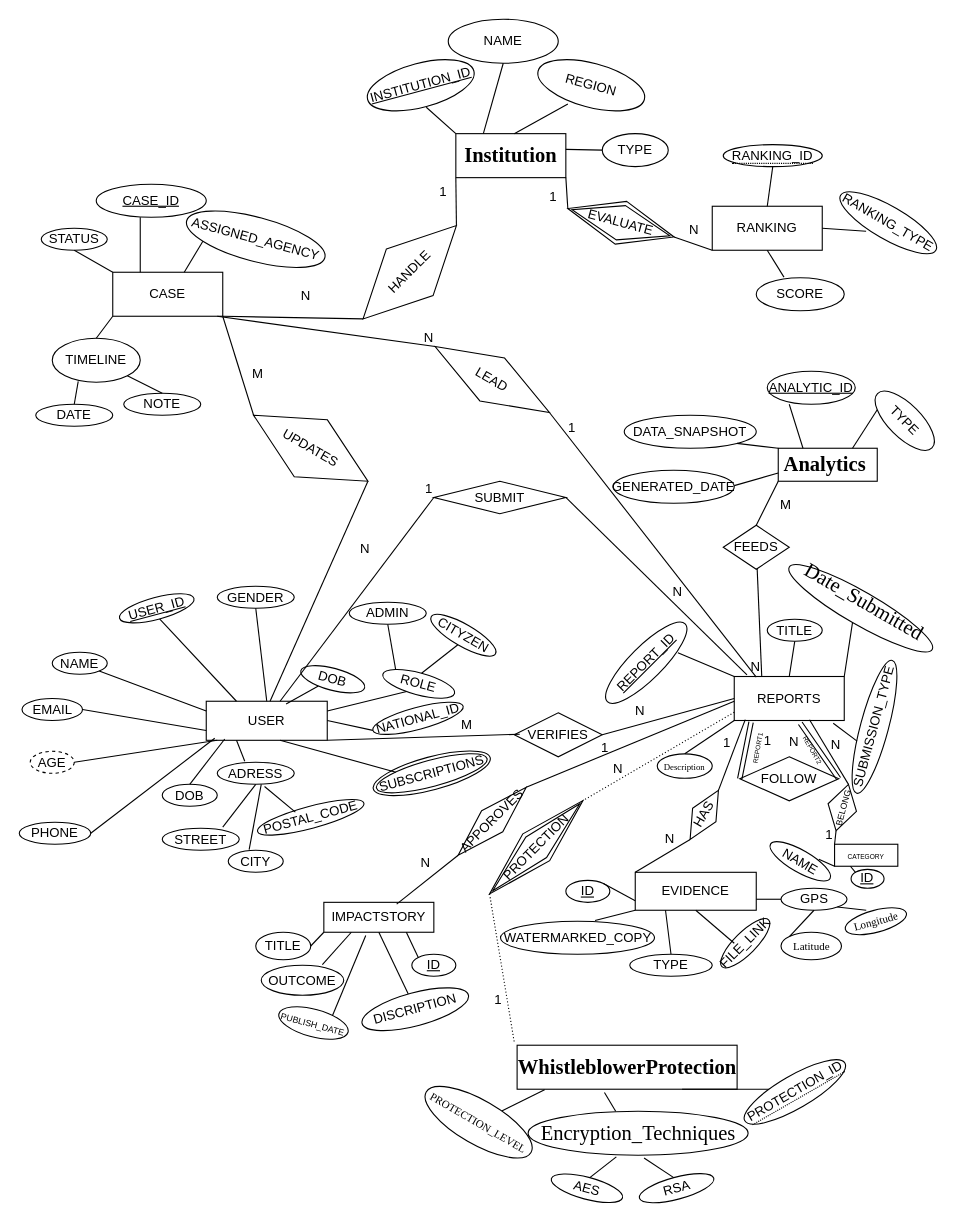
Above: ER Diagram.drawio in IrfathAraSarika/Truth-Uncovered-cse370_project- (draw.io), before the change. Source tidied: cells renumbered, new cells numbered last; positions are measured from the earlier drawing's top-left corner, leaving out a move shared by most shapes. Both pictures are drawn from the tidied source at 110%, with x=0, y=0 at pixel (19, 19).
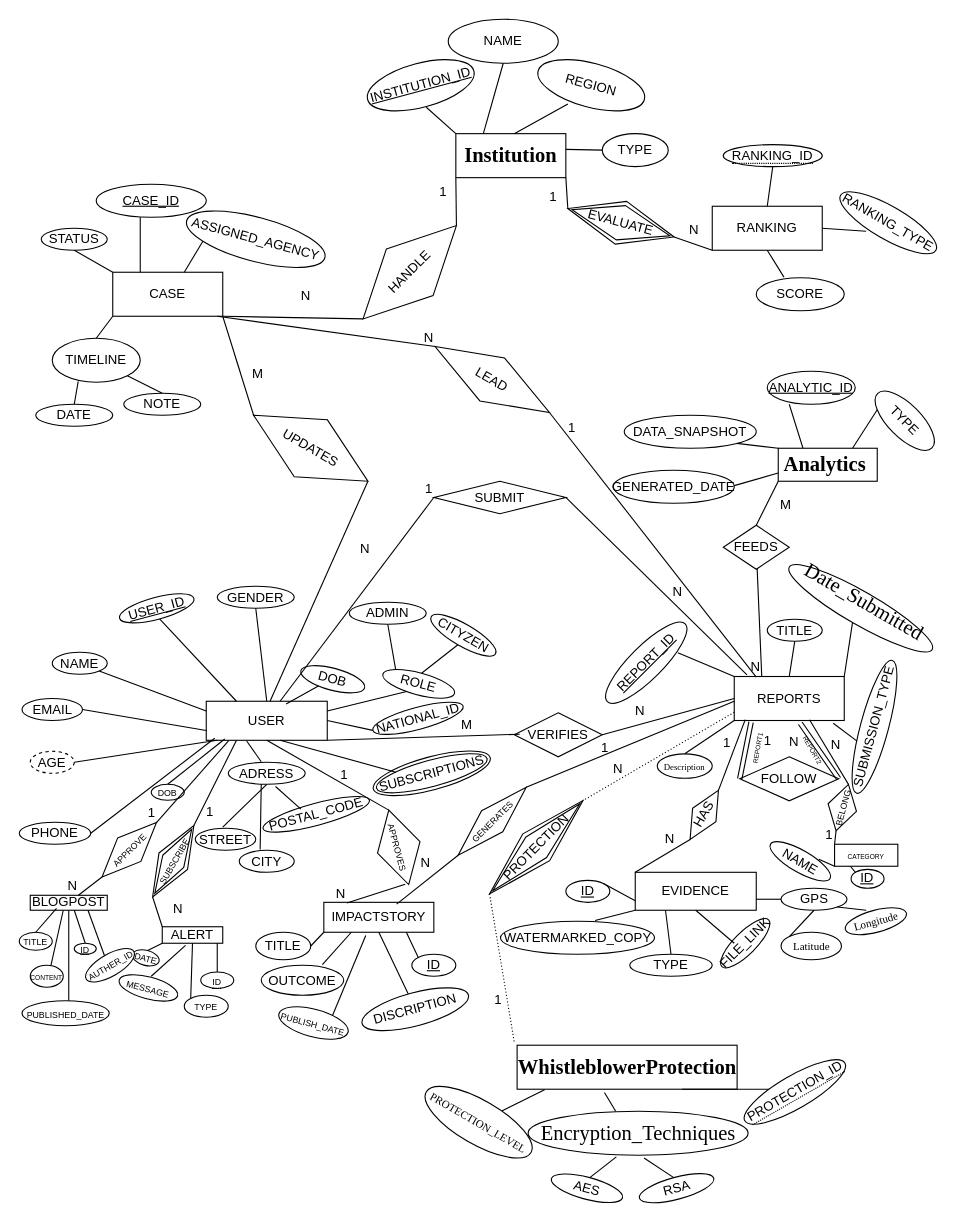
The same page after the edit.

Unchanged cells that the change refers to:
```xml
<mxCell id="8" value="USER" style="whiteSpace=wrap;html=1;align=center;" parent="1" vertex="1">
  <mxGeometry x="170" y="620" width="110" height="35.5" as="geometry" />
</mxCell>
<mxCell id="163" value="IMPACTSTORY" style="whiteSpace=wrap;html=1;align=center;" parent="1" vertex="1">
  <mxGeometry x="276.9" y="802.8" width="100" height="27.2" as="geometry" />
</mxCell>
```

Change to the diagram source:
```diff
@@
-    <mxCell id="14" value="DOB" style="ellipse;whiteSpace=wrap;html=1;align=center;" parent="1" vertex="1">
-      <mxGeometry x="130" y="695.5" width="50" height="20" as="geometry" />
+    <mxCell id="14" value="&lt;font style=&quot;font-size: 8px;&quot;&gt;DOB&lt;/font&gt;" style="ellipse;whiteSpace=wrap;html=1;align=center;" parent="1" vertex="1">
+      <mxGeometry x="120" y="695.5" width="30" height="14.5" as="geometry" />
     </mxCell>
@@
     <mxCell id="19" value="ADRESS" style="ellipse;whiteSpace=wrap;html=1;align=center;" parent="1" vertex="1">
-      <mxGeometry x="180" y="675.5" width="70" height="20" as="geometry" />
+      <mxGeometry x="190" y="675.5" width="70" height="20" as="geometry" />
     </mxCell>
-    <mxCell id="20" style="endArrow=none;html=1;rounded=0;entryX=0.25;entryY=1;entryDx=0;entryDy=0;" parent="1" edge="1" target="8">
+    <mxCell id="20" style="endArrow=none;html=1;rounded=0;entryX=0.334;entryY=1.017;entryDx=0;entryDy=0;entryPerimeter=0;" parent="1" edge="1" target="8">
       <mxGeometry relative="1" as="geometry">
-        <mxPoint x="205" y="674.5" as="sourcePoint" />
+        <mxPoint x="220" y="675" as="sourcePoint" />
       </mxGeometry>
     </mxCell>
@@
     <mxCell id="23" value="CITY" style="ellipse;whiteSpace=wrap;html=1;align=center;" parent="1" vertex="1">
-      <mxGeometry x="190" y="755.5" width="50" height="20" as="geometry" />
+      <mxGeometry x="200" y="755.5" width="50" height="20" as="geometry" />
     </mxCell>
     <mxCell id="24" value="STREET" style="ellipse;whiteSpace=wrap;html=1;align=center;" parent="1" vertex="1">
-      <mxGeometry x="130" y="735.5" width="70" height="20" as="geometry" />
+      <mxGeometry x="160" y="735.5" width="55" height="20" as="geometry" />
     </mxCell>
     <mxCell id="25" value="POSTAL_CODE" style="ellipse;whiteSpace=wrap;html=1;align=center;rotation=-15;" parent="1" vertex="1">
-      <mxGeometry x="215" y="715.5" width="100" height="20" as="geometry" />
+      <mxGeometry x="220" y="712.8" width="100" height="20" as="geometry" />
     </mxCell>
@@
-    <mxCell id="186" value="APPOROVES" style="shape=rhombus;perimeter=rhombusPerimeter;whiteSpace=wrap;html=1;align=center;rotation=-45;" parent="1" vertex="1">
+    <mxCell id="186" value="&lt;font style=&quot;font-size: 8px;&quot;&gt;GENERATES&lt;/font&gt;" style="shape=rhombus;perimeter=rhombusPerimeter;whiteSpace=wrap;html=1;align=center;rotation=-45;" parent="1" vertex="1">
       <mxGeometry x="386.2" y="715.5" width="87.5" height="27.2" as="geometry" />
     </mxCell>
@@
+    <mxCell id="191" value="ALERT" style="whiteSpace=wrap;html=1;align=center;" parent="1" vertex="1">
+      <mxGeometry x="130" y="825" width="55" height="15" as="geometry" />
+    </mxCell>
+    <mxCell id="192" value="&lt;font style=&quot;font-size: 8px;&quot;&gt;APPROVES&lt;/font&gt;" style="shape=rhombus;perimeter=rhombusPerimeter;whiteSpace=wrap;html=1;align=center;rotation=75;" parent="1" vertex="1">
+      <mxGeometry x="310" y="732.8" width="70" height="40" as="geometry" />
+    </mxCell>
+    <mxCell id="193" style="endArrow=none;html=1;rounded=0;entryX=0.209;entryY=0.022;entryDx=0;entryDy=0;entryPerimeter=0;exitX=0.986;exitY=0.576;exitDx=0;exitDy=0;exitPerimeter=0;" parent="1" edge="1" source="192" target="163">
+      <mxGeometry relative="1" as="geometry" />
+    </mxCell>
+    <mxCell id="194" value="N" style="html=1;whiteSpace=wrap;align=right;verticalAlign=bottom;" parent="193" vertex="1">
+      <mxGeometry x="1" relative="1" as="geometry" />
+    </mxCell>
+    <mxCell id="195" style="endArrow=none;html=1;rounded=0;exitX=0;exitY=0.5;exitDx=0;exitDy=0;entryX=0.5;entryY=1;entryDx=0;entryDy=0;" parent="1" edge="1" source="192" target="8">
+      <mxGeometry relative="1" as="geometry" />
+    </mxCell>
+    <mxCell id="196" value="1" style="html=1;whiteSpace=wrap;align=right;verticalAlign=bottom;" parent="195" vertex="1">
+      <mxGeometry x="1" relative="1" as="geometry">
+        <mxPoint x="75" y="40" as="offset" />
+      </mxGeometry>
+    </mxCell>
+    <mxCell id="197" value="&lt;span style=&quot;font-size: 8px;&quot;&gt;DATE&lt;/span&gt;" style="ellipse;whiteSpace=wrap;html=1;align=center;rotation=15;" parent="1" vertex="1">
+      <mxGeometry x="102.5" y="846.4" width="25" height="13.7" as="geometry" />
+    </mxCell>
+    <mxCell id="198" value="&lt;font style=&quot;font-size: 8px;&quot;&gt;MESSAGE&lt;/font&gt;" style="ellipse;whiteSpace=wrap;html=1;align=center;rotation=15;" parent="1" vertex="1">
+      <mxGeometry x="89.9" y="870.6" width="55" height="20" as="geometry" />
+    </mxCell>
+    <mxCell id="199" value="&lt;font style=&quot;font-size: 8px;&quot;&gt;TYPE&lt;/font&gt;" style="ellipse;whiteSpace=wrap;html=1;align=center;" parent="1" vertex="1">
+      <mxGeometry x="150" y="887.3" width="40" height="20" as="geometry" />
+    </mxCell>
+    <mxCell id="200" value="&lt;span style=&quot;border-bottom: 1px dotted&quot;&gt;&lt;font style=&quot;font-size: 8px;&quot;&gt;ID&lt;/font&gt;&lt;/span&gt;" style="ellipse;whiteSpace=wrap;html=1;align=center;" parent="1" vertex="1">
+      <mxGeometry x="165" y="866.1" width="30" height="15" as="geometry" />
+    </mxCell>
+    <mxCell id="201" style="endArrow=none;html=1;rounded=0;entryX=0.385;entryY=1.123;entryDx=0;entryDy=0;entryPerimeter=0;" parent="1" edge="1" target="191">
+      <mxGeometry relative="1" as="geometry">
+        <mxPoint x="120" y="870" as="sourcePoint" />
+      </mxGeometry>
+    </mxCell>
+    <mxCell id="202" style="endArrow=none;html=1;rounded=0;exitX=0.5;exitY=0;exitDx=0;exitDy=0;entryX=0;entryY=1;entryDx=0;entryDy=0;" parent="1" edge="1" source="197" target="191">
+      <mxGeometry relative="1" as="geometry" />
+    </mxCell>
+    <mxCell id="203" style="endArrow=none;html=1;rounded=0;entryX=0.909;entryY=1;entryDx=0;entryDy=0;entryPerimeter=0;exitX=0.5;exitY=0;exitDx=0;exitDy=0;" parent="1" edge="1" source="200" target="191">
+      <mxGeometry relative="1" as="geometry" />
+    </mxCell>
+    <mxCell id="204" style="endArrow=none;html=1;rounded=0;exitX=0.5;exitY=1;exitDx=0;exitDy=0;entryX=0;entryY=0;entryDx=0;entryDy=0;" parent="1" edge="1" source="191" target="199">
+      <mxGeometry relative="1" as="geometry" />
+    </mxCell>
+    <mxCell id="205" value="&lt;font style=&quot;font-size: 8px;&quot;&gt;SUBSCRIBE&lt;/font&gt;" style="shape=rhombus;double=1;perimeter=rhombusPerimeter;whiteSpace=wrap;html=1;align=center;rotation=-60;" parent="1" vertex="1">
+      <mxGeometry x="102.5" y="750.5" width="75" height="30" as="geometry" />
+    </mxCell>
+    <mxCell id="206" style="endArrow=none;html=1;rounded=0;exitX=0.25;exitY=1;exitDx=0;exitDy=0;entryX=1;entryY=0.5;entryDx=0;entryDy=0;" parent="1" edge="1" source="8" target="205">
+      <mxGeometry relative="1" as="geometry" />
+    </mxCell>
+    <mxCell id="207" value="1" style="html=1;whiteSpace=wrap;align=right;verticalAlign=bottom;" parent="206" vertex="1">
+      <mxGeometry x="1" relative="1" as="geometry">
+        <mxPoint x="19" y="-4" as="offset" />
+      </mxGeometry>
+    </mxCell>
+    <mxCell id="208" style="endArrow=none;html=1;rounded=0;exitX=0;exitY=0.5;exitDx=0;exitDy=0;entryX=0;entryY=0;entryDx=0;entryDy=0;" parent="1" edge="1" source="205" target="191">
+      <mxGeometry relative="1" as="geometry" />
+    </mxCell>
+    <mxCell id="209" value="N" style="html=1;whiteSpace=wrap;align=right;verticalAlign=bottom;" parent="208" vertex="1">
+      <mxGeometry x="1" relative="1" as="geometry">
+        <mxPoint x="20" y="-8" as="offset" />
+      </mxGeometry>
+    </mxCell>
+    <mxCell id="210" value="BLOGPOST" style="whiteSpace=wrap;html=1;align=center;" parent="1" vertex="1">
+      <mxGeometry x="10" y="796.4" width="70" height="13.6" as="geometry" />
+    </mxCell>
+    <mxCell id="211" value="&lt;font style=&quot;font-size: 8px;&quot;&gt;ID&lt;/font&gt;" style="ellipse;whiteSpace=wrap;html=1;align=center;fontStyle=4;" parent="1" vertex="1">
+      <mxGeometry x="50" y="840" width="20" height="10" as="geometry" />
+    </mxCell>
+    <mxCell id="212" value="&lt;font style=&quot;font-size: 8px;&quot;&gt;TITLE&lt;/font&gt;" style="ellipse;whiteSpace=wrap;html=1;align=center;" parent="1" vertex="1">
+      <mxGeometry y="830" width="30" height="16.4" as="geometry" />
+    </mxCell>
+    <mxCell id="213" style="endArrow=none;html=1;rounded=0;entryX=0.5;entryY=0;entryDx=0;entryDy=0;" parent="1" edge="1" target="211">
+      <mxGeometry relative="1" as="geometry">
+        <mxPoint x="50" y="810" as="sourcePoint" />
+      </mxGeometry>
+    </mxCell>
+    <mxCell id="214" style="endArrow=none;html=1;rounded=0;entryX=0.341;entryY=0.873;entryDx=0;entryDy=0;entryPerimeter=0;exitX=0.5;exitY=0;exitDx=0;exitDy=0;" parent="1" edge="1" source="212" target="210">
+      <mxGeometry relative="1" as="geometry" />
+    </mxCell>
+    <mxCell id="215" value="&lt;font style=&quot;font-size: 6px;&quot;&gt;CONTENT&lt;/font&gt;" style="ellipse;whiteSpace=wrap;html=1;align=center;" parent="1" vertex="1">
+      <mxGeometry x="10" y="860" width="30" height="20" as="geometry" />
+    </mxCell>
+    <mxCell id="216" style="endArrow=none;html=1;rounded=0;exitX=0.624;exitY=0.027;exitDx=0;exitDy=0;exitPerimeter=0;" parent="1" edge="1" source="215">
+      <mxGeometry relative="1" as="geometry">
+        <mxPoint x="40" y="810" as="targetPoint" />
+      </mxGeometry>
+    </mxCell>
+    <mxCell id="217" value="&lt;font style=&quot;font-size: 8px;&quot;&gt;AUTHER_ID&lt;/font&gt;" style="ellipse;whiteSpace=wrap;html=1;align=center;rotation=-30;" parent="1" vertex="1">
+      <mxGeometry x="57.5" y="850" width="50" height="20" as="geometry" />
+    </mxCell>
+    <mxCell id="218" style="endArrow=none;html=1;rounded=0;exitX=0.75;exitY=1;exitDx=0;exitDy=0;entryX=0.5;entryY=0;entryDx=0;entryDy=0;" parent="1" edge="1" source="210" target="217">
+      <mxGeometry relative="1" as="geometry" />
+    </mxCell>
+    <mxCell id="219" value="&lt;font style=&quot;font-size: 8px;&quot;&gt;PUBLISHED_DATE&lt;/font&gt;" style="ellipse;whiteSpace=wrap;html=1;align=center;" parent="1" vertex="1">
+      <mxGeometry x="2.5" y="892.3" width="79.3" height="22.7" as="geometry" />
+    </mxCell>
+    <mxCell id="220" style="endArrow=none;html=1;rounded=0;entryX=0.5;entryY=1;entryDx=0;entryDy=0;" parent="1" edge="1" target="210">
+      <mxGeometry relative="1" as="geometry">
+        <mxPoint x="45" y="892.3" as="sourcePoint" />
+      </mxGeometry>
+    </mxCell>
+    <mxCell id="221" value="&lt;font style=&quot;font-size: 8px;&quot;&gt;APPROVE&lt;/font&gt;" style="shape=rhombus;perimeter=rhombusPerimeter;whiteSpace=wrap;html=1;align=center;rotation=-45;" parent="1" vertex="1">
+      <mxGeometry x="65" y="740" width="70" height="30" as="geometry" />
+    </mxCell>
+    <mxCell id="222" style="endArrow=none;html=1;rounded=0;exitX=0.184;exitY=1.013;exitDx=0;exitDy=0;exitPerimeter=0;entryX=1;entryY=0.5;entryDx=0;entryDy=0;" parent="1" edge="1" source="8" target="221">
+      <mxGeometry relative="1" as="geometry" />
+    </mxCell>
+    <mxCell id="223" value="1" style="html=1;whiteSpace=wrap;align=right;verticalAlign=bottom;" parent="222" vertex="1">
+      <mxGeometry x="1" relative="1" as="geometry" />
+    </mxCell>
+    <mxCell id="224" style="endArrow=none;html=1;rounded=0;exitX=0;exitY=0.5;exitDx=0;exitDy=0;" parent="1" edge="1" source="221" target="210">
+      <mxGeometry relative="1" as="geometry" />
+    </mxCell>
+    <mxCell id="225" value="N" style="html=1;whiteSpace=wrap;align=right;verticalAlign=bottom;" parent="224" vertex="1">
+      <mxGeometry x="1" relative="1" as="geometry" />
+    </mxCell>
```
